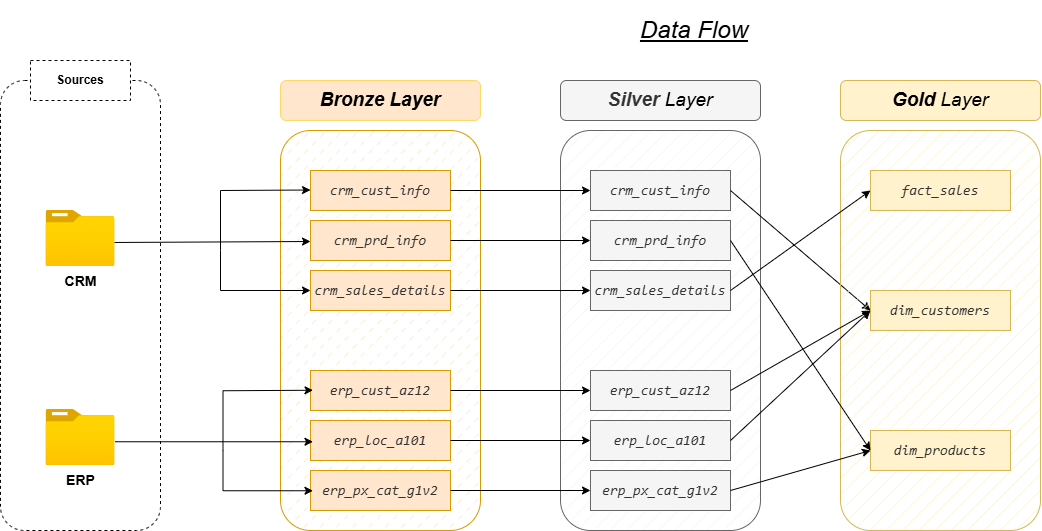
This is docs/Data Flow.png from elghalbouni-oumaima/End-to-End-Data-Warehouse-with-SQL, a draw.io export, as it was before one commit. Source tidied: cells renumbered, new cells last; positions are measured from the earlier drawing's top-left corner, leaving out a move shared by most shapes.
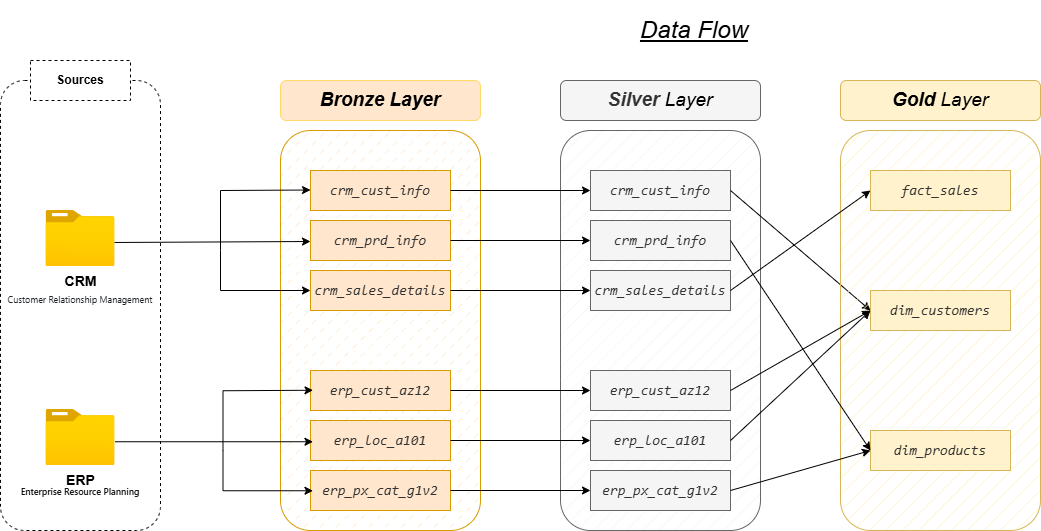
The same diagram one commit later.

Diff of the diagram source:
```diff
@@ -162,5 +162,11 @@
     <mxCell id="45" style="endArrow=classic;html=1;rounded=0;exitX=1;exitY=0.5;exitDx=0;exitDy=0;entryX=0;entryY=0.5;entryDx=0;entryDy=0;" parent="1" edge="1" source="8" target="23">
       <mxGeometry relative="1" as="geometry" />
     </mxCell>
+    <mxCell id="46" value="&lt;br&gt;&lt;h3 tabindex=&quot;-1&quot; class=&quot;heading-element&quot; dir=&quot;auto&quot; style=&quot;box-sizing: border-box; margin-top: 24px; margin-bottom: 16px; font-weight: 600; line-height: 1.25; font-family: -apple-system, BlinkMacSystemFont, &amp;quot;Segoe UI&amp;quot;, &amp;quot;Noto Sans&amp;quot;, Helvetica, Arial, sans-serif, &amp;quot;Apple Color Emoji&amp;quot;, &amp;quot;Segoe UI Emoji&amp;quot;; font-style: normal; font-variant-ligatures: normal; font-variant-caps: normal; letter-spacing: normal; orphans: 2; text-align: start; text-indent: 0px; text-transform: none; widows: 2; word-spacing: 0px; -webkit-text-stroke-width: 0px; white-space: normal; text-decoration-thickness: initial; text-decoration-style: initial; text-decoration-color: initial;&quot;&gt;&lt;font style=&quot;background-color: light-dark(#ffffff, var(--ge-dark-color, #121212)); font-size: 9px;&quot;&gt;Enterprise Resource Planning&lt;/font&gt;&lt;/h3&gt;&lt;div&gt;&lt;br&gt;&lt;/div&gt;" style="text;html=1;whiteSpace=wrap;strokeColor=none;fillColor=none;align=center;verticalAlign=middle;rounded=0;fontColor=default;" parent="1" vertex="1">
+      <mxGeometry y="460" width="160" height="30" as="geometry" />
+    </mxCell>
+    <mxCell id="47" value="&lt;br&gt;&lt;h3 tabindex=&quot;-1&quot; class=&quot;heading-element&quot; dir=&quot;auto&quot; style=&quot;box-sizing: border-box; margin-top: 24px; margin-bottom: 16px; line-height: 1.25; color: rgb(31, 35, 40); font-family: -apple-system, BlinkMacSystemFont, &amp;quot;Segoe UI&amp;quot;, &amp;quot;Noto Sans&amp;quot;, Helvetica, Arial, sans-serif, &amp;quot;Apple Color Emoji&amp;quot;, &amp;quot;Segoe UI Emoji&amp;quot;; text-align: start; background-color: rgb(255, 255, 255);&quot;&gt;&lt;font style=&quot;font-weight: normal; font-size: 9px;&quot;&gt;Customer Relationship Management&lt;/font&gt;&lt;/h3&gt;" style="text;html=1;whiteSpace=wrap;strokeColor=none;fillColor=none;align=center;verticalAlign=middle;rounded=0;fontColor=default;fontStyle=0;" parent="1" vertex="1">
+      <mxGeometry y="256" width="160" height="40" as="geometry" />
+    </mxCell>
   </root>
 </mxGraphModel>
```
